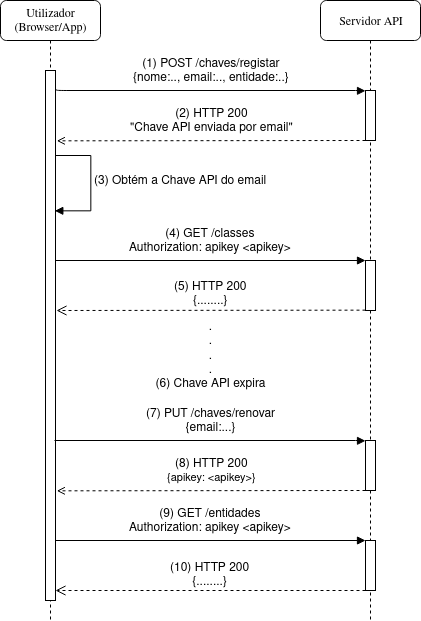
Above: RPD/img/chaveAuth.png in jcm300/masters_dissertation (draw.io), before the change. Source tidied: cells renumbered, new cells last; positions are measured from the earlier drawing's top-left corner, leaving out a move shared by most shapes. Its diagram source:
```xml
<mxGraphModel background="#ffffff">
  <root>
    <mxCell id="0" />
    <mxCell id="1" parent="0" />
    <mxCell id="2" value="Servidor API" style="shape=umlLifeline;perimeter=lifelinePerimeter;whiteSpace=wrap;html=1;rounded=1;shadow=0;comic=0;labelBackgroundColor=none;strokeWidth=1;fontFamily=Verdana;fontSize=12;align=center;" parent="1" vertex="1">
      <mxGeometry x="320" width="100" height="620" as="geometry" />
    </mxCell>
    <mxCell id="3" style="html=1;points=[];perimeter=orthogonalPerimeter;rounded=0;shadow=0;comic=0;labelBackgroundColor=none;strokeWidth=1;fontFamily=Verdana;fontSize=12;align=center;" parent="2" vertex="1">
      <mxGeometry x="45" y="90" width="10" height="50" as="geometry" />
    </mxCell>
    <mxCell id="4" style="html=1;points=[];perimeter=orthogonalPerimeter;" parent="2" vertex="1">
      <mxGeometry x="45" y="260" width="10" height="50" as="geometry" />
    </mxCell>
    <mxCell id="5" style="html=1;points=[];perimeter=orthogonalPerimeter;rounded=0;shadow=0;comic=0;labelBackgroundColor=none;strokeWidth=1;fontFamily=Verdana;fontSize=12;align=center;" parent="2" vertex="1">
      <mxGeometry x="45" y="440" width="10" height="50" as="geometry" />
    </mxCell>
    <mxCell id="6" style="html=1;points=[];perimeter=orthogonalPerimeter;" parent="2" vertex="1">
      <mxGeometry x="45" y="540" width="10" height="50" as="geometry" />
    </mxCell>
    <mxCell id="7" value="Utilizador (Browser/App)" style="shape=umlLifeline;perimeter=lifelinePerimeter;whiteSpace=wrap;html=1;rounded=1;shadow=0;comic=0;labelBackgroundColor=none;strokeWidth=1;fontFamily=Verdana;fontSize=12;align=center;" parent="1" vertex="1">
      <mxGeometry width="100" height="620" as="geometry" />
    </mxCell>
    <mxCell id="8" style="html=1;points=[];perimeter=orthogonalPerimeter;rounded=0;shadow=0;comic=0;labelBackgroundColor=none;strokeWidth=1;fontFamily=Verdana;fontSize=12;align=center;" parent="7" vertex="1">
      <mxGeometry x="45" y="70" width="10" height="530" as="geometry" />
    </mxCell>
    <mxCell id="9" value="(3) Obtém a Chave API do email" style="edgeStyle=orthogonalEdgeStyle;html=1;align=left;spacingLeft=2;endArrow=block;rounded=0;labelBackgroundColor=#ffffff;fontFamily=Helvetica;fontSize=12;exitX=1;exitY=0.16;exitDx=0;exitDy=0;exitPerimeter=0;" parent="7" edge="1" source="8">
      <mxGeometry x="-0.05" relative="1" as="geometry">
        <mxPoint x="54" y="210" as="targetPoint" />
        <Array as="points">
          <mxPoint x="90" y="155" />
          <mxPoint x="90" y="210" />
          <mxPoint x="56" y="210" />
        </Array>
      </mxGeometry>
    </mxCell>
    <mxCell id="10" value="&lt;div align=&quot;center&quot;&gt;&lt;font style=&quot;font-size: 12px&quot;&gt;(1) POST /chaves/registar&lt;/font&gt;&lt;/div&gt;&lt;div align=&quot;center&quot;&gt;&lt;font style=&quot;font-size: 12px&quot;&gt;{nome:.., email:.., entidade:..}&lt;/font&gt;&lt;/div&gt;" style="html=1;verticalAlign=middle;endArrow=block;entryX=0;entryY=0;labelBackgroundColor=#ffffff;fontFamily=Helvetica;fontSize=12;edgeStyle=elbowEdgeStyle;elbow=vertical;align=center;exitX=1.067;exitY=0.036;exitDx=0;exitDy=0;exitPerimeter=0;" parent="1" edge="1" source="8" target="3">
      <mxGeometry x="0.01" y="20" relative="1" as="geometry">
        <Array as="points">
          <mxPoint x="220" y="90" />
          <mxPoint x="210" y="160" />
          <mxPoint x="110" y="60" />
        </Array>
      </mxGeometry>
    </mxCell>
    <mxCell id="11" style="edgeStyle=orthogonalEdgeStyle;rounded=0;jettySize=auto;html=1;dashed=1;endArrow=open;endFill=0;" parent="1" edge="1" source="3">
      <mxGeometry relative="1" as="geometry">
        <mxPoint x="56" y="140" as="targetPoint" />
        <Array as="points">
          <mxPoint x="56" y="140" />
        </Array>
      </mxGeometry>
    </mxCell>
    <mxCell id="12" value="&lt;font face=&quot;Helvetica&quot;&gt;(2) HTTP 200&lt;br&gt;&quot;Chave API enviada por email&quot;&lt;br&gt;&lt;/font&gt;" style="text;html=1;align=center;verticalAlign=middle;labelBackgroundColor=#ffffff;" parent="11" vertex="1">
      <mxGeometry x="0.12" y="-1" relative="1" as="geometry">
        <mxPoint x="18.3" y="-19.3" as="offset" />
      </mxGeometry>
    </mxCell>
    <mxCell id="13" value="&lt;font style=&quot;font-size: 12px&quot;&gt;(4) GET /classes&lt;/font&gt;&lt;br&gt;Authorization: apikey &amp;lt;apikey&amp;gt;" style="html=1;verticalAlign=middle;endArrow=block;entryX=0;entryY=0;fontSize=12;" parent="1" edge="1" source="8" target="4">
      <mxGeometry y="20" relative="1" as="geometry" />
    </mxCell>
    <mxCell id="14" value="(5) HTTP 200&lt;br&gt;{........}" style="html=1;verticalAlign=middle;endArrow=open;dashed=1;endSize=8;exitX=0;exitY=0.993;labelBackgroundColor=#ffffff;fontSize=12;exitDx=0;exitDy=0;exitPerimeter=0;" parent="1" edge="1" source="4">
      <mxGeometry y="-16" relative="1" as="geometry">
        <mxPoint x="56" y="310" as="targetPoint" />
      </mxGeometry>
    </mxCell>
    <mxCell id="15" value=".&lt;br&gt;.&lt;br&gt;.&lt;br&gt;.&lt;br&gt;(6) Chave API expira" style="text;html=1;strokeColor=none;fillColor=none;align=center;verticalAlign=middle;whiteSpace=wrap;rounded=0;labelBackgroundColor=#ffffff;fontFamily=Helvetica;fontSize=12;" parent="1" vertex="1">
      <mxGeometry x="150" y="317.5" width="120" height="75" as="geometry" />
    </mxCell>
    <mxCell id="16" value="&lt;div align=&quot;center&quot;&gt;&lt;font style=&quot;font-size: 12px&quot;&gt;(7) PUT /chaves/renovar&lt;br&gt;{email:...}&lt;br&gt;&lt;/font&gt;&lt;/div&gt;" style="html=1;verticalAlign=middle;endArrow=block;entryX=0;entryY=0;labelBackgroundColor=#ffffff;fontFamily=Helvetica;fontSize=12;edgeStyle=elbowEdgeStyle;elbow=vertical;align=center;" parent="1" edge="1" target="5">
      <mxGeometry y="20" relative="1" as="geometry">
        <mxPoint x="54" y="440" as="sourcePoint" />
        <Array as="points">
          <mxPoint x="210" y="440" />
          <mxPoint x="90" y="340" />
        </Array>
      </mxGeometry>
    </mxCell>
    <mxCell id="17" style="edgeStyle=orthogonalEdgeStyle;rounded=0;jettySize=auto;html=1;dashed=1;endArrow=open;endFill=0;" parent="1" edge="1" source="5">
      <mxGeometry relative="1" as="geometry">
        <mxPoint x="56" y="490" as="targetPoint" />
        <Array as="points">
          <mxPoint x="56" y="490" />
        </Array>
      </mxGeometry>
    </mxCell>
    <mxCell id="18" value="&lt;font face=&quot;Helvetica&quot;&gt;(8) HTTP 200&lt;/font&gt;&lt;br&gt;&lt;font face=&quot;Helvetica&quot;&gt;&lt;font style=&quot;font-size: 11px&quot;&gt;{apikey: &amp;lt;apikey&amp;gt;}&lt;/font&gt;&lt;/font&gt;" style="text;html=1;align=center;verticalAlign=middle;labelBackgroundColor=#ffffff;" parent="17" vertex="1">
      <mxGeometry x="0.12" y="-1" relative="1" as="geometry">
        <mxPoint x="18.3" y="-19.3" as="offset" />
      </mxGeometry>
    </mxCell>
    <mxCell id="19" value="&lt;font style=&quot;font-size: 12px&quot;&gt;(9) GET /entidades&lt;/font&gt;&lt;br&gt;Authorization: apikey &amp;lt;apikey&amp;gt;" style="html=1;verticalAlign=middle;endArrow=block;entryX=0;entryY=0;fontSize=12;" parent="1" edge="1" source="8" target="6">
      <mxGeometry y="20" relative="1" as="geometry" />
    </mxCell>
    <mxCell id="20" value="(10) HTTP 200&lt;br&gt;{........}" style="html=1;verticalAlign=middle;endArrow=open;dashed=1;endSize=8;exitX=0;exitY=1;labelBackgroundColor=#ffffff;fontSize=12;exitDx=0;exitDy=0;exitPerimeter=0;" parent="1" edge="1" source="6" target="8">
      <mxGeometry y="-16" relative="1" as="geometry" />
    </mxCell>
  </root>
</mxGraphModel>
```
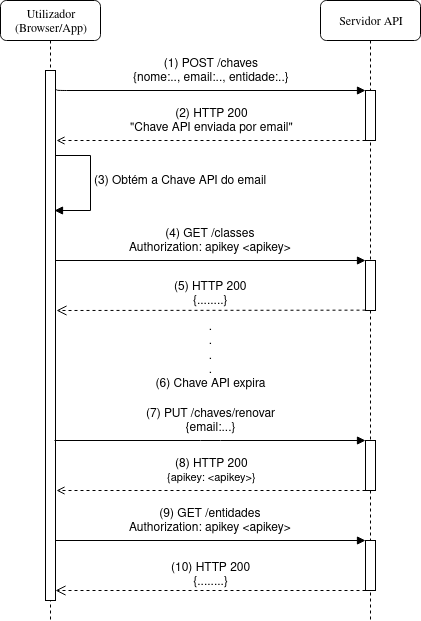
The same file after the commit.

The edit, as a diff of the source:
```diff
@@ -33,7 +33,7 @@
         </Array>
       </mxGeometry>
     </mxCell>
-    <mxCell id="10" value="&lt;div align=&quot;center&quot;&gt;&lt;font style=&quot;font-size: 12px&quot;&gt;(1) POST /chaves/registar&lt;/font&gt;&lt;/div&gt;&lt;div align=&quot;center&quot;&gt;&lt;font style=&quot;font-size: 12px&quot;&gt;{nome:.., email:.., entidade:..}&lt;/font&gt;&lt;/div&gt;" style="html=1;verticalAlign=middle;endArrow=block;entryX=0;entryY=0;labelBackgroundColor=#ffffff;fontFamily=Helvetica;fontSize=12;edgeStyle=elbowEdgeStyle;elbow=vertical;align=center;exitX=1.067;exitY=0.036;exitDx=0;exitDy=0;exitPerimeter=0;" parent="1" edge="1" source="8" target="3">
+    <mxCell id="10" value="&lt;div align=&quot;center&quot;&gt;&lt;font style=&quot;font-size: 12px&quot;&gt;(1) POST /chaves&lt;/font&gt;&lt;/div&gt;&lt;div align=&quot;center&quot;&gt;&lt;font style=&quot;font-size: 12px&quot;&gt;{nome:.., email:.., entidade:..}&lt;/font&gt;&lt;/div&gt;" style="html=1;verticalAlign=middle;endArrow=block;entryX=0;entryY=0;labelBackgroundColor=#ffffff;fontFamily=Helvetica;fontSize=12;edgeStyle=elbowEdgeStyle;elbow=vertical;align=center;exitX=1.067;exitY=0.036;exitDx=0;exitDy=0;exitPerimeter=0;" parent="1" edge="1" source="8" target="3">
       <mxGeometry x="0.01" y="20" relative="1" as="geometry">
         <Array as="points">
           <mxPoint x="220" y="90" />
```
